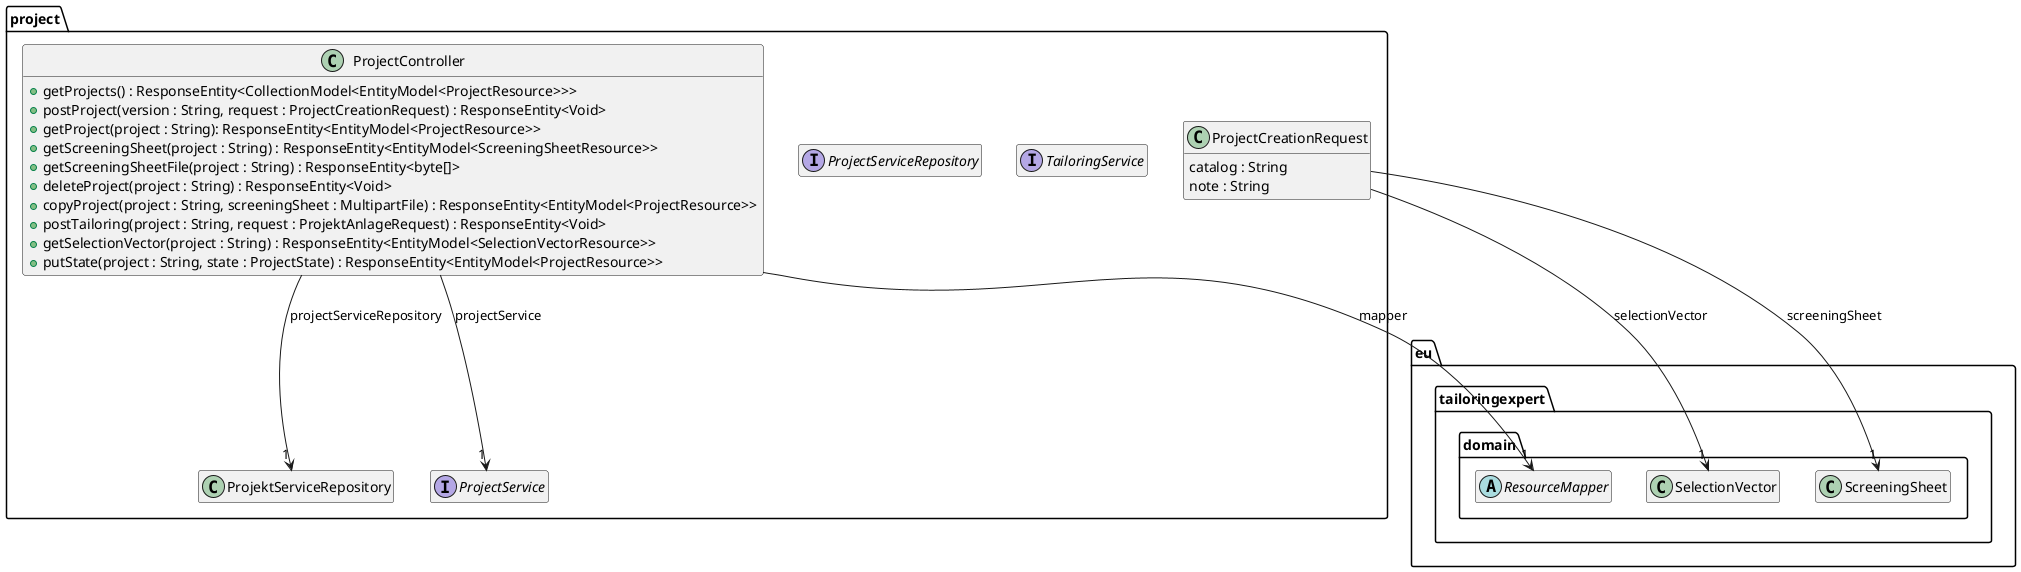
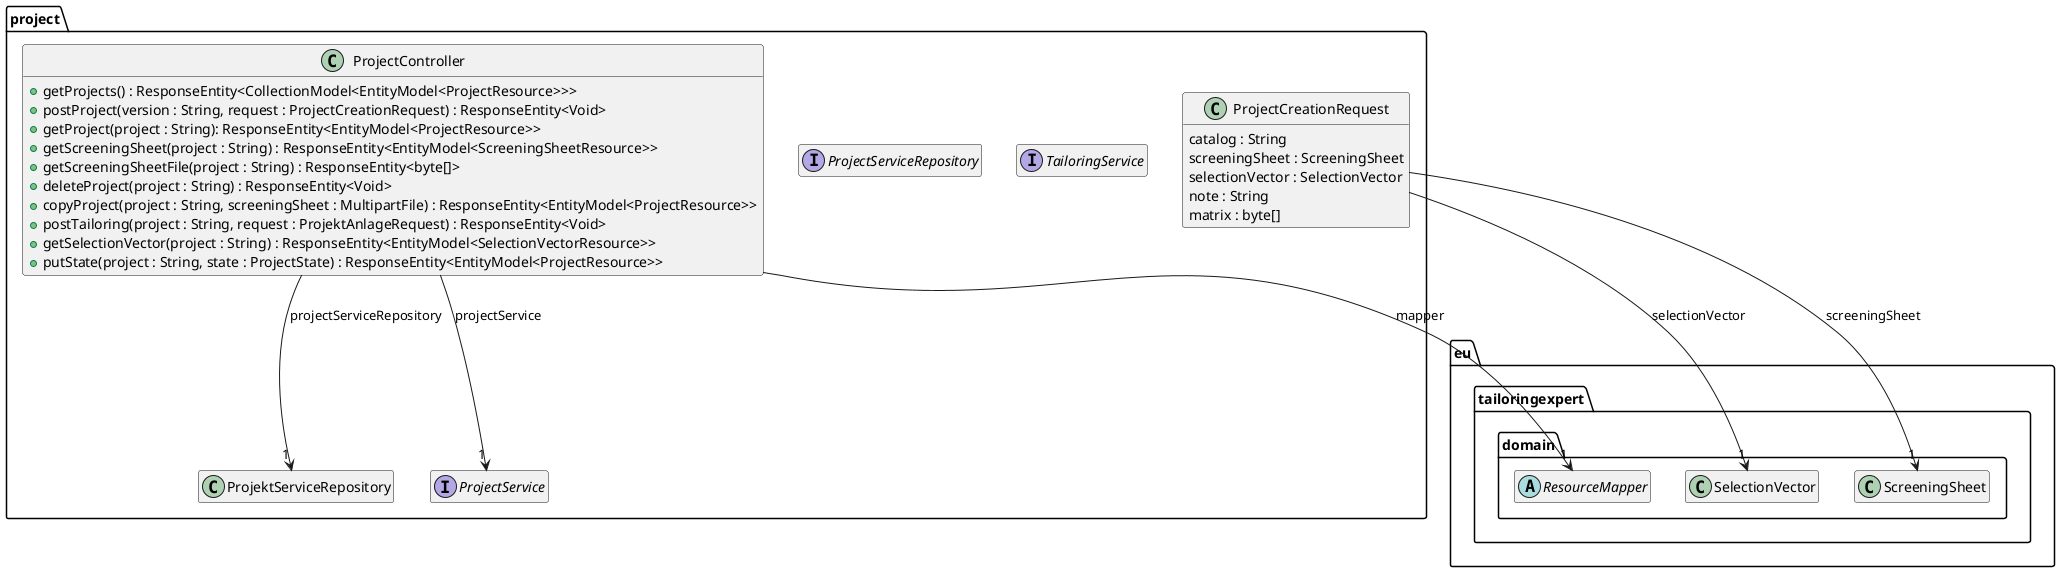
@startuml Ebene3.png
hide empty members

package eu.tailoringexpert {
    package domain {
        abstract class ResourceMapper
        class ScreeningSheet
        class SelectionVector
    }
}

package project {
    interface ProjectService {
    }

    interface TailoringService {
    }

    interface ProjectServiceRepository {
    }

    class ProjectCreationRequest {
        catalog : String
+         screeningSheet : ScreeningSheet
+         selectionVector : SelectionVector
        note : String
+         matrix : byte[]
+ 
    }
    ProjectCreationRequest -> "1" ScreeningSheet : screeningSheet
    ProjectCreationRequest -> "1" SelectionVector : selectionVector

    class ProjectController {
        +getProjects() : ResponseEntity<CollectionModel<EntityModel<ProjectResource>>>
        +postProject(version : String, request : ProjectCreationRequest) : ResponseEntity<Void>
        +getProject(project : String): ResponseEntity<EntityModel<ProjectResource>>
        +getScreeningSheet(project : String) : ResponseEntity<EntityModel<ScreeningSheetResource>>
        +getScreeningSheetFile(project : String) : ResponseEntity<byte[]>
        +deleteProject(project : String) : ResponseEntity<Void>
        +copyProject(project : String, screeningSheet : MultipartFile) : ResponseEntity<EntityModel<ProjectResource>>
        +postTailoring(project : String, request : ProjektAnlageRequest) : ResponseEntity<Void>
        +getSelectionVector(project : String) : ResponseEntity<EntityModel<SelectionVectorResource>>
        +putState(project : String, state : ProjectState) : ResponseEntity<EntityModel<ProjectResource>>
    }
    ProjectController --> "1" ResourceMapper : mapper
    ProjectController --> "1" ProjectService : projectService
    ProjectController --> "1" ProjektServiceRepository : projectServiceRepository
}
@enduml
